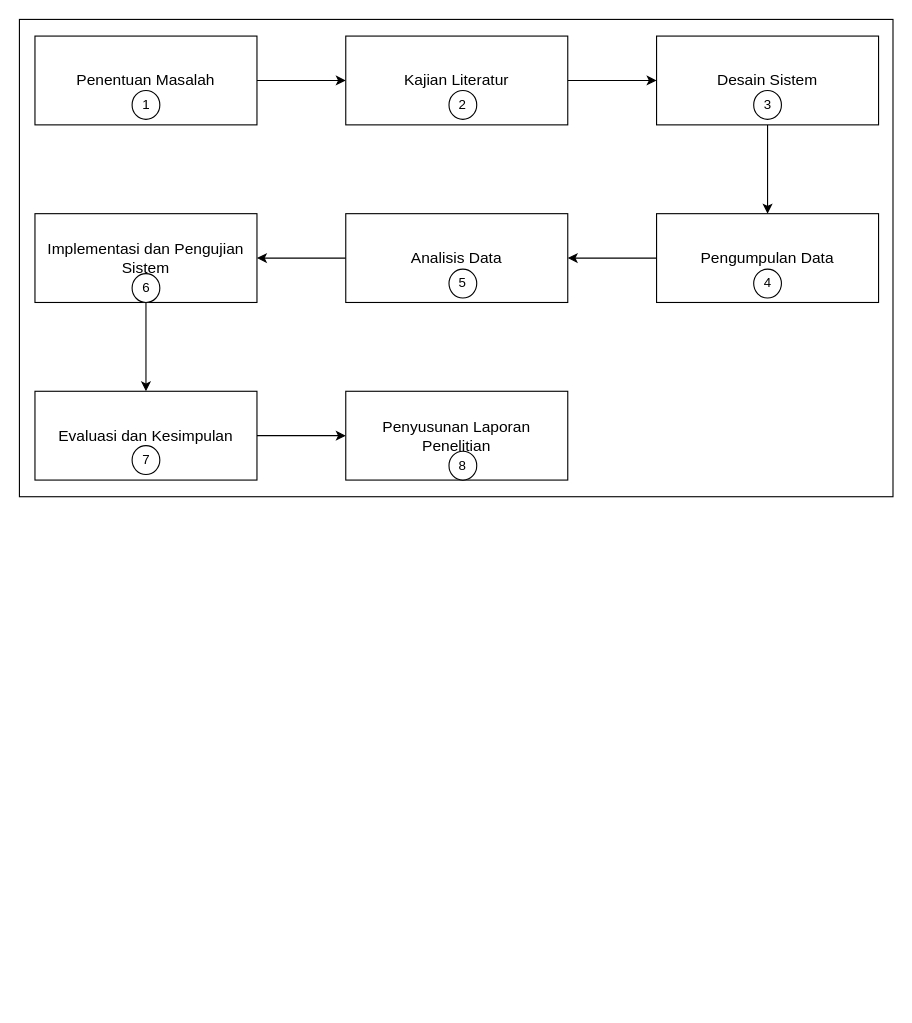
irwanmaulana42/google-collab keeps this draw.io diagram as page "Page-1" (1 of 2) of Diagram Alir MPTI.drawio. Above is the earlier version. Source tidied: cells renumbered, new cells numbered last; positions are measured from the earlier drawing's top-left corner, leaving out a move shared by most shapes. Both pictures are drawn from the tidied source at 111%, with x=0, y=0 at pixel (19, 19).
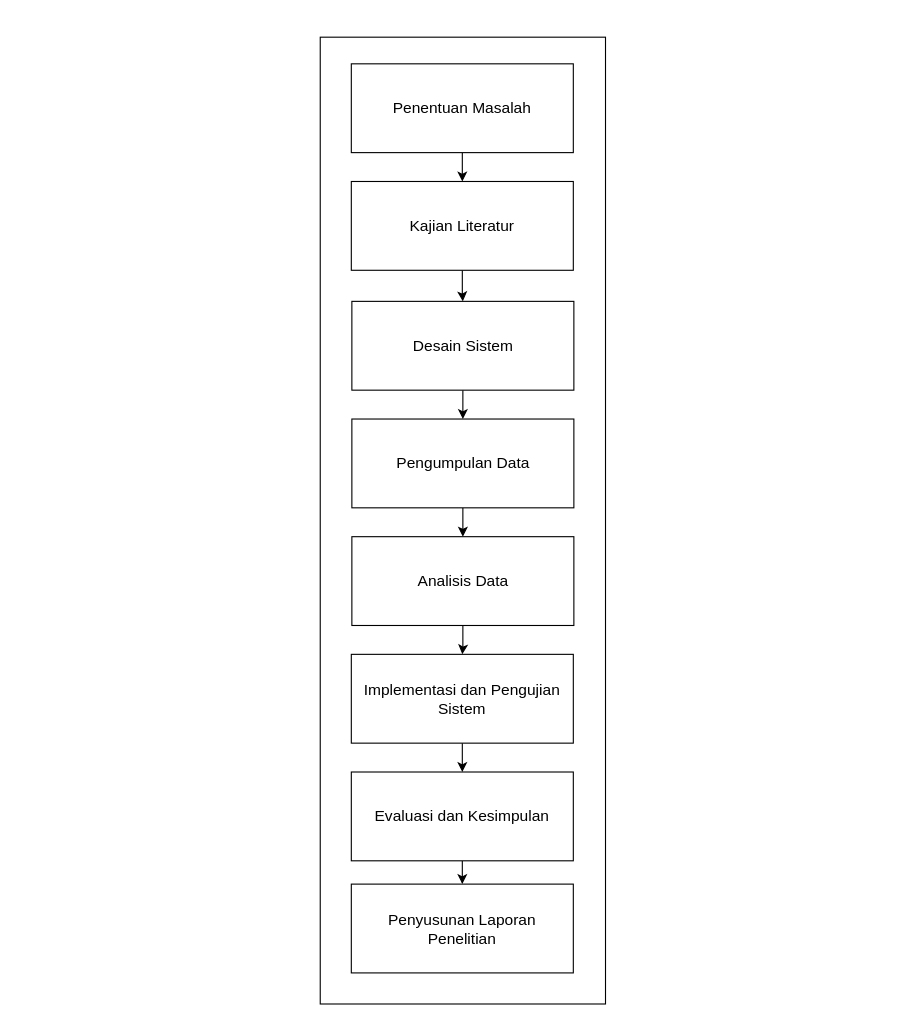
After the change.

The edit, as a diff of the source:
```diff
@@
-    <mxCell id="2" style="edgeStyle=orthogonalEdgeStyle;rounded=0;jettySize=auto;html=1;entryX=0;entryY=0.5;entryDx=0;entryDy=0;" parent="1" edge="1" source="3" target="5">
+    <mxCell id="2" style="edgeStyle=orthogonalEdgeStyle;rounded=0;jettySize=auto;html=1;" parent="1" edge="1" source="3" target="5">
       <mxGeometry relative="1" as="geometry" />
     </mxCell>
     <mxCell id="3" value="&lt;font style=&quot;font-size: 14px;&quot;&gt;Penentuan Masalah&lt;/font&gt;" style="rounded=0;whiteSpace=wrap;html=1;" parent="1" vertex="1">
-      <mxGeometry x="14" y="15" width="200" height="80" as="geometry" />
+      <mxGeometry x="299" y="40" width="200" height="80" as="geometry" />
     </mxCell>
@@
     <mxCell id="5" value="&lt;span style=&quot;font-size: 14px;&quot;&gt;Kajian Literatur&lt;/span&gt;" style="rounded=0;whiteSpace=wrap;html=1;" parent="1" vertex="1">
-      <mxGeometry x="294" y="15" width="200" height="80" as="geometry" />
+      <mxGeometry x="299" y="146" width="200" height="80" as="geometry" />
     </mxCell>
-    <mxCell id="6" style="edgeStyle=orthogonalEdgeStyle;rounded=0;jettySize=auto;html=1;entryX=0.5;entryY=0;entryDx=0;entryDy=0;" parent="1" edge="1" source="7" target="9">
-      <mxGeometry relative="1" as="geometry">
-        <Array as="points">
-          <mxPoint x="674" y="165" />
-          <mxPoint x="674" y="165" />
-        </Array>
-      </mxGeometry>
+    <mxCell id="6" style="edgeStyle=orthogonalEdgeStyle;rounded=0;jettySize=auto;html=1;" parent="1" edge="1" source="7" target="9">
+      <mxGeometry relative="1" as="geometry" />
     </mxCell>
     <mxCell id="7" value="&lt;span style=&quot;font-size: 14px;&quot;&gt;Desain Sistem&lt;br&gt;&lt;/span&gt;" style="rounded=0;whiteSpace=wrap;html=1;" parent="1" vertex="1">
-      <mxGeometry x="574" y="15" width="200" height="80" as="geometry" />
+      <mxGeometry x="299.5" y="254" width="200" height="80" as="geometry" />
     </mxCell>
@@
     <mxCell id="9" value="&lt;span style=&quot;font-size: 14px;&quot;&gt;Pengumpulan Data&lt;br&gt;&lt;/span&gt;" style="rounded=0;whiteSpace=wrap;html=1;" parent="1" vertex="1">
-      <mxGeometry x="574" y="175" width="200" height="80" as="geometry" />
+      <mxGeometry x="299.5" y="360" width="200" height="80" as="geometry" />
     </mxCell>
-    <mxCell id="10" style="edgeStyle=orthogonalEdgeStyle;rounded=0;jettySize=auto;html=1;" parent="1" edge="1" source="11" target="15">
+    <mxCell id="10" style="edgeStyle=orthogonalEdgeStyle;rounded=0;jettySize=auto;html=1;exitX=0.5;exitY=1;exitDx=0;exitDy=0;" parent="1" edge="1" source="11" target="15">
       <mxGeometry relative="1" as="geometry" />
     </mxCell>
     <mxCell id="11" value="&lt;span style=&quot;font-size: 14px;&quot;&gt;Implementasi dan Pengujian Sistem&lt;br&gt;&lt;/span&gt;" style="rounded=0;whiteSpace=wrap;html=1;" parent="1" vertex="1">
-      <mxGeometry x="14" y="175" width="200" height="80" as="geometry" />
+      <mxGeometry x="299" y="572" width="200" height="80" as="geometry" />
     </mxCell>
-    <mxCell id="12" style="edgeStyle=orthogonalEdgeStyle;rounded=0;jettySize=auto;html=1;entryX=1;entryY=0.5;entryDx=0;entryDy=0;" parent="1" edge="1" source="13" target="11">
+    <mxCell id="12" style="edgeStyle=orthogonalEdgeStyle;rounded=0;jettySize=auto;html=1;entryX=0.5;entryY=0;entryDx=0;entryDy=0;" parent="1" edge="1" source="13" target="11">
       <mxGeometry relative="1" as="geometry" />
     </mxCell>
     <mxCell id="13" value="&lt;span style=&quot;font-size: 14px;&quot;&gt;Analisis Data&lt;br&gt;&lt;/span&gt;" style="rounded=0;whiteSpace=wrap;html=1;" parent="1" vertex="1">
-      <mxGeometry x="294" y="175" width="200" height="80" as="geometry" />
+      <mxGeometry x="299.5" y="466" width="200" height="80" as="geometry" />
     </mxCell>
-    <mxCell id="14" style="edgeStyle=orthogonalEdgeStyle;rounded=0;jettySize=auto;html=1;" parent="1" edge="1" source="15" target="16">
+    <mxCell id="14" style="edgeStyle=orthogonalEdgeStyle;rounded=0;jettySize=auto;html=1;exitX=0.5;exitY=1;exitDx=0;exitDy=0;" parent="1" edge="1" source="15" target="16">
       <mxGeometry relative="1" as="geometry" />
     </mxCell>
     <mxCell id="15" value="&lt;span style=&quot;font-size: 14px;&quot;&gt;Evaluasi dan Kesimpulan&lt;br&gt;&lt;/span&gt;" style="rounded=0;whiteSpace=wrap;html=1;" parent="1" vertex="1">
-      <mxGeometry x="14" y="335" width="200" height="80" as="geometry" />
+      <mxGeometry x="299" y="678" width="200" height="80" as="geometry" />
     </mxCell>
     <mxCell id="16" value="&lt;span style=&quot;font-size: 14px;&quot;&gt;Penyusunan Laporan Penelitian&lt;br&gt;&lt;/span&gt;" style="rounded=0;whiteSpace=wrap;html=1;" parent="1" vertex="1">
-      <mxGeometry x="294" y="335" width="200" height="80" as="geometry" />
+      <mxGeometry x="299" y="779" width="200" height="80" as="geometry" />
     </mxCell>
-    <mxCell id="17" value="1" style="ellipse;whiteSpace=wrap;html=1;" parent="1" vertex="1">
-      <mxGeometry x="101.5" y="64" width="25" height="26" as="geometry" />
-    </mxCell>
-    <mxCell id="18" value="2" style="ellipse;whiteSpace=wrap;html=1;" parent="1" vertex="1">
-      <mxGeometry x="387" y="64" width="25" height="26" as="geometry" />
-    </mxCell>
-    <mxCell id="19" value="3" style="ellipse;whiteSpace=wrap;html=1;" parent="1" vertex="1">
-      <mxGeometry x="661.5" y="64" width="25" height="26" as="geometry" />
-    </mxCell>
-    <mxCell id="20" value="4" style="ellipse;whiteSpace=wrap;html=1;" parent="1" vertex="1">
-      <mxGeometry x="661.5" y="225" width="25" height="26" as="geometry" />
-    </mxCell>
-    <mxCell id="21" value="5" style="ellipse;whiteSpace=wrap;html=1;" parent="1" vertex="1">
-      <mxGeometry x="387" y="225" width="25" height="26" as="geometry" />
-    </mxCell>
-    <mxCell id="22" value="6" style="ellipse;whiteSpace=wrap;html=1;" parent="1" vertex="1">
-      <mxGeometry x="101.5" y="229" width="25" height="26" as="geometry" />
-    </mxCell>
-    <mxCell id="23" value="7" style="ellipse;whiteSpace=wrap;html=1;" parent="1" vertex="1">
-      <mxGeometry x="101.5" y="384" width="25" height="26" as="geometry" />
-    </mxCell>
-    <mxCell id="24" value="8" style="ellipse;whiteSpace=wrap;html=1;" parent="1" vertex="1">
-      <mxGeometry x="387" y="389" width="25" height="26" as="geometry" />
-    </mxCell>
-    <mxCell id="25" style="rounded=0;whiteSpace=wrap;html=1;fillColor=none;" parent="1" vertex="1">
-      <mxGeometry width="787" height="430" as="geometry" />
-    </mxCell>
+    <mxCell id="26" style="rounded=0;whiteSpace=wrap;html=1;fillColor=none;" parent="1" vertex="1">
+      <mxGeometry x="271" y="16" width="257" height="871" as="geometry" />
+    </mxCell>
```
